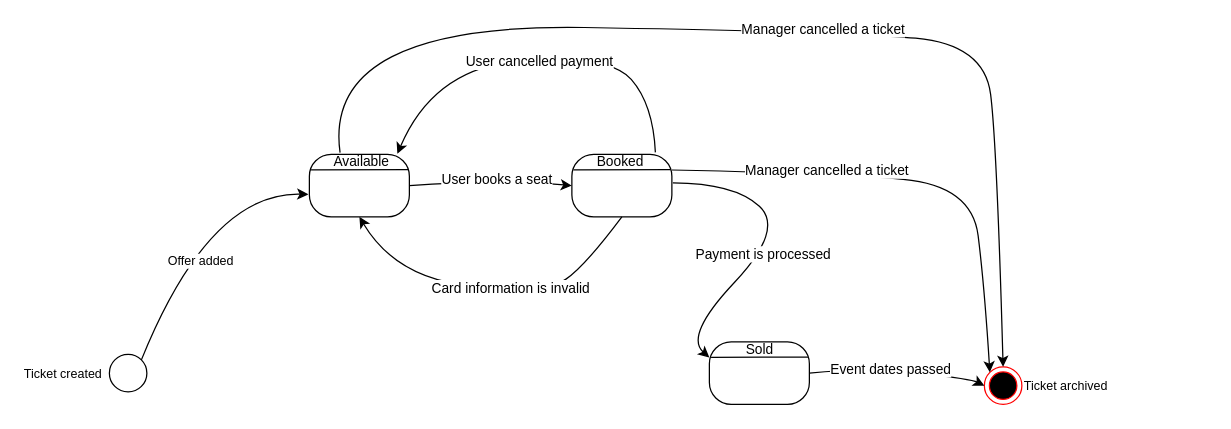
The draw.io diagram TicketStateDiagram.drawio in PrimoTibalt/IntermediatePlusMentoring, before the edit. Source tidied: cells renumbered, new cells numbered last; positions are measured from the earlier drawing's top-left corner, leaving out a move shared by most shapes. Both pictures are drawn from the tidied source at 125%, with x=0, y=0 at pixel (21, 22).
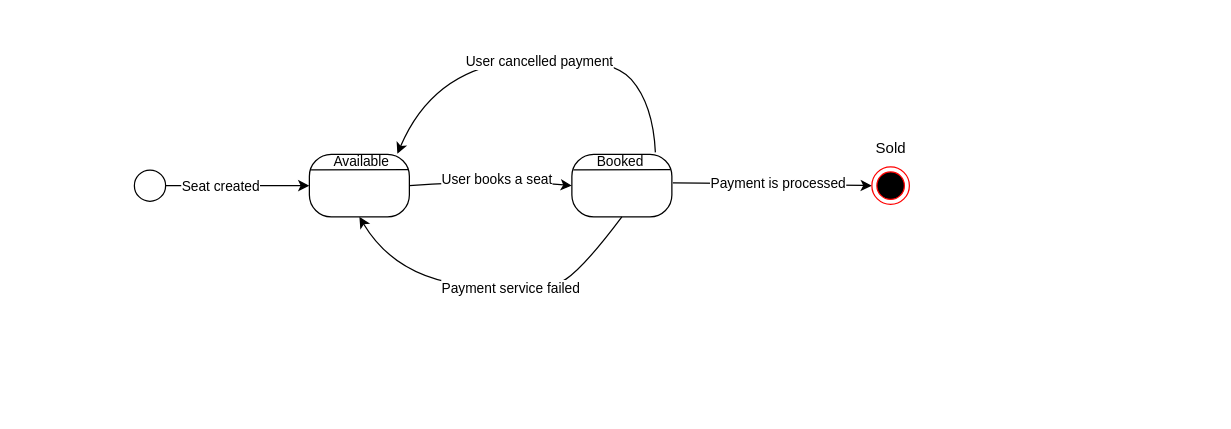
After the change.

The change refers to these unchanged cells:
```xml
<mxCell id="2" style="group;" parent="1" vertex="1">
  <mxGeometry x="120" y="5" width="830" height="300" as="geometry" />
</mxCell>
<mxCell id="7" value="&lt;font style=&quot;font-size: 11px;&quot;&gt;&amp;nbsp; &amp;nbsp; &amp;nbsp; Available&lt;/font&gt;&lt;div style=&quot;font-size: 11px;&quot;&gt;&lt;font style=&quot;font-size: 11px;&quot;&gt;&lt;br&gt;&lt;/font&gt;&lt;/div&gt;&lt;div style=&quot;font-size: 11px;&quot;&gt;&lt;font style=&quot;font-size: 11px;&quot;&gt;&lt;br&gt;&lt;/font&gt;&lt;/div&gt;&lt;div style=&quot;font-size: 11px;&quot;&gt;&lt;font style=&quot;font-size: 11px;&quot;&gt;&lt;br&gt;&lt;/font&gt;&lt;/div&gt;" style="rounded=1;whiteSpace=wrap;html=1;align=left;arcSize=35;" parent="6" vertex="1">
  <mxGeometry width="80" height="50" as="geometry" />
</mxCell>
<mxCell id="10" value="&lt;font style=&quot;font-size: 11px;&quot;&gt;&amp;nbsp; &amp;nbsp; &amp;nbsp; Booked&lt;/font&gt;&lt;div style=&quot;font-size: 11px;&quot;&gt;&lt;br&gt;&lt;/div&gt;&lt;div style=&quot;font-size: 11px;&quot;&gt;&lt;font style=&quot;font-size: 11px;&quot;&gt;&lt;br&gt;&lt;/font&gt;&lt;/div&gt;&lt;div style=&quot;font-size: 11px;&quot;&gt;&lt;font style=&quot;font-size: 11px;&quot;&gt;&lt;br&gt;&lt;/font&gt;&lt;/div&gt;" style="rounded=1;whiteSpace=wrap;html=1;align=left;arcSize=35;" parent="9" vertex="1">
  <mxGeometry width="80" height="50" as="geometry" />
</mxCell>
<mxCell id="23" style="curved=1;endArrow=classic;html=1;rounded=0;entryX=0.5;entryY=1;entryDx=0;entryDy=0;exitX=0.5;exitY=1;exitDx=0;exitDy=0;" parent="2" edge="1" source="10" target="7">
  <mxGeometry relative="1" as="geometry">
    <Array as="points">
      <mxPoint x="330" y="190" />
      <mxPoint x="300" y="210" />
      <mxPoint x="180" y="200" />
    </Array>
  </mxGeometry>
</mxCell>
```

Diff of the diagram source:
```diff
@@
-    <mxCell id="3" style="group;" parent="2" vertex="1">
-      <mxGeometry x="650" y="270" width="120" height="30" as="geometry" />
-    </mxCell>
-    <mxCell id="4" style="ellipse;html=1;shape=endState;fillColor=#000000;strokeColor=#ff0000;" parent="3" vertex="1">
-      <mxGeometry width="30" height="30" as="geometry" />
-    </mxCell>
-    <mxCell id="5" value="Ticket archived" style="text;html=1;align=left;verticalAlign=middle;strokeColor=none;fillColor=none;fontSize=10;" parent="3" vertex="1">
-      <mxGeometry x="30" width="90" height="30" as="geometry" />
-    </mxCell>
@@
-    <mxCell id="14" style="group;fontSize=10;" parent="2" vertex="1">
-      <mxGeometry x="430" y="250" width="80" height="50" as="geometry" />
-    </mxCell>
-    <mxCell id="15" value="&lt;font style=&quot;font-size: 11px;&quot;&gt;&amp;nbsp; &amp;nbsp; &amp;nbsp; &amp;nbsp; &amp;nbsp;Sold&lt;/font&gt;&lt;div style=&quot;font-size: 11px;&quot;&gt;&lt;font style=&quot;font-size: 11px;&quot;&gt;&lt;br&gt;&lt;/font&gt;&lt;/div&gt;&lt;div style=&quot;font-size: 11px;&quot;&gt;&lt;font style=&quot;font-size: 11px;&quot;&gt;&lt;br&gt;&lt;/font&gt;&lt;/div&gt;&lt;div style=&quot;font-size: 11px;&quot;&gt;&lt;font style=&quot;font-size: 11px;&quot;&gt;&lt;br&gt;&lt;/font&gt;&lt;/div&gt;" style="rounded=1;whiteSpace=wrap;html=1;align=left;arcSize=35;" parent="14" vertex="1">
-      <mxGeometry width="80" height="50" as="geometry" />
-    </mxCell>
-    <mxCell id="16" style="endArrow=none;html=1;rounded=0;exitX=0.017;exitY=0.248;exitDx=0;exitDy=0;entryX=0.986;entryY=0.242;entryDx=0;entryDy=0;entryPerimeter=0;exitPerimeter=0;" parent="14" edge="1" source="15" target="15">
-      <mxGeometry relative="1" as="geometry" />
-    </mxCell>
-    <mxCell id="17" style="curved=1;endArrow=classic;html=1;rounded=0;entryX=0;entryY=0.25;entryDx=0;entryDy=0;exitX=1.01;exitY=0.456;exitDx=0;exitDy=0;exitPerimeter=0;" parent="2" edge="1" source="10" target="15">
+    <mxCell id="17" style="curved=1;endArrow=classic;html=1;rounded=0;entryX=0;entryY=0.5;entryDx=0;entryDy=0;exitX=1.01;exitY=0.456;exitDx=0;exitDy=0;exitPerimeter=0;" parent="2" edge="1" source="10" target="34">
       <mxGeometry relative="1" as="geometry">
         <Array as="points">
           <mxPoint x="450" y="123" />
-          <mxPoint x="490" y="160" />
-          <mxPoint x="410" y="245" />
         </Array>
       </mxGeometry>
     </mxCell>
@@
-    <mxCell id="21" style="curved=1;endArrow=classic;html=1;rounded=0;exitX=1;exitY=0.5;exitDx=0;exitDy=0;entryX=0;entryY=0.5;entryDx=0;entryDy=0;" parent="2" edge="1" source="15" target="4">
-      <mxGeometry relative="1" as="geometry">
-        <Array as="points">
-          <mxPoint x="560" y="270" />
-          <mxPoint x="640" y="280" />
-        </Array>
-      </mxGeometry>
-    </mxCell>
-    <mxCell id="22" value="Event dates passed" style="edgeLabel;html=1;align=center;verticalAlign=middle;" parent="21" vertex="1">
-      <mxGeometry x="-0.08" relative="1" as="geometry" />
-    </mxCell>
@@
-    <mxCell id="24" value="Card information is invalid" style="edgeLabel;html=1;align=center;verticalAlign=middle;" parent="23" vertex="1">
+    <mxCell id="24" value="Payment service failed" style="edgeLabel;html=1;align=center;verticalAlign=middle;" parent="23" vertex="1">
       <mxGeometry x="0.17" y="2" relative="1" as="geometry">
         <mxPoint x="39" as="offset" />
       </mxGeometry>
     </mxCell>
-    <mxCell id="25" style="curved=1;endArrow=classic;html=1;rounded=0;entryX=0;entryY=0;entryDx=0;entryDy=0;exitX=1;exitY=0.25;exitDx=0;exitDy=0;" parent="2" edge="1" source="10" target="4">
-      <mxGeometry relative="1" as="geometry">
-        <Array as="points">
-          <mxPoint x="530" y="115" />
-          <mxPoint x="640" y="125" />
-          <mxPoint x="650" y="205" />
-        </Array>
-      </mxGeometry>
-    </mxCell>
-    <mxCell id="26" value="Manager cancelled a ticket" style="edgeLabel;html=1;align=center;verticalAlign=middle;rotation=0;" parent="25" vertex="1">
-      <mxGeometry x="-0.23" y="1" relative="1" as="geometry">
-        <mxPoint x="-26" y="-3" as="offset" />
-      </mxGeometry>
-    </mxCell>
-    <mxCell id="27" style="group;" parent="2" vertex="1">
-      <mxGeometry x="-50" y="260" width="175" height="30" as="geometry" />
-    </mxCell>
-    <mxCell id="28" style="ellipse;whiteSpace=wrap;html=1;" parent="27" vertex="1">
-      <mxGeometry width="30" height="30" as="geometry" />
-    </mxCell>
-    <mxCell id="29" style="curved=1;endArrow=classic;html=1;rounded=0;exitX=1;exitY=0;exitDx=0;exitDy=0;entryX=-0.01;entryY=0.64;entryDx=0;entryDy=0;entryPerimeter=0;" parent="2" edge="1" source="28" target="7">
-      <mxGeometry relative="1" as="geometry">
-        <Array as="points">
-          <mxPoint x="30" y="130" />
-        </Array>
-      </mxGeometry>
-    </mxCell>
-    <mxCell id="30" value="Offer added" style="edgeLabel;html=1;align=center;verticalAlign=middle;fontSize=10;" parent="29" vertex="1">
-      <mxGeometry x="-0.27" y="11" relative="1" as="geometry">
-        <mxPoint x="26" as="offset" />
-      </mxGeometry>
-    </mxCell>
-    <mxCell id="31" style="curved=1;endArrow=classic;html=1;rounded=0;entryX=0.5;entryY=0;entryDx=0;entryDy=0;exitX=0.307;exitY=-0.027;exitDx=0;exitDy=0;exitPerimeter=0;" parent="2" edge="1" source="7" target="4">
-      <mxGeometry relative="1" as="geometry">
-        <Array as="points">
-          <mxPoint x="120" y="-5" />
-          <mxPoint x="540" y="2" />
-          <mxPoint x="650" y="12" />
-          <mxPoint x="660" y="92" />
-        </Array>
-      </mxGeometry>
-    </mxCell>
-    <mxCell id="32" value="Manager cancelled a ticket" style="edgeLabel;html=1;align=center;verticalAlign=middle;rotation=0;" parent="31" vertex="1">
-      <mxGeometry x="-0.23" y="1" relative="1" as="geometry">
-        <mxPoint x="161" y="2" as="offset" />
-      </mxGeometry>
-    </mxCell>
-    <mxCell id="33" value="Ticket created" style="text;html=1;align=left;verticalAlign=middle;strokeColor=none;fillColor=none;fontSize=10;" parent="1" vertex="1">
-      <mxGeometry y="265" width="90" height="30" as="geometry" />
-    </mxCell>
+    <mxCell id="34" style="ellipse;html=1;shape=endState;fillColor=#000000;strokeColor=#ff0000;" parent="2" vertex="1">
+      <mxGeometry x="560" y="110" width="30" height="30" as="geometry" />
+    </mxCell>
+    <mxCell id="15" value="Sold" style="text;html=1;align=center;verticalAlign=middle;points=[];strokeColor=none;fillColor=none;" parent="2" vertex="1">
+      <mxGeometry x="550" y="80" width="50" height="30" as="geometry" />
+    </mxCell>
+    <mxCell id="35" style="ellipse;whiteSpace=wrap;html=1;" parent="1" vertex="1">
+      <mxGeometry x="90" y="117.5" width="25" height="25" as="geometry" />
+    </mxCell>
+    <mxCell id="36" style="curved=1;endArrow=classic;html=1;rounded=0;exitX=1;exitY=0.5;exitDx=0;exitDy=0;entryX=0;entryY=0.5;entryDx=0;entryDy=0;" parent="1" edge="1" source="35" target="7">
+      <mxGeometry relative="1" as="geometry">
+        <Array as="points">
+          <mxPoint x="200" y="130" />
+        </Array>
+      </mxGeometry>
+    </mxCell>
+    <mxCell id="37" value="Seat created" style="edgeLabel;html=1;align=center;verticalAlign=middle;" parent="36" vertex="1">
+      <mxGeometry x="-0.25" relative="1" as="geometry" />
+    </mxCell>
```
